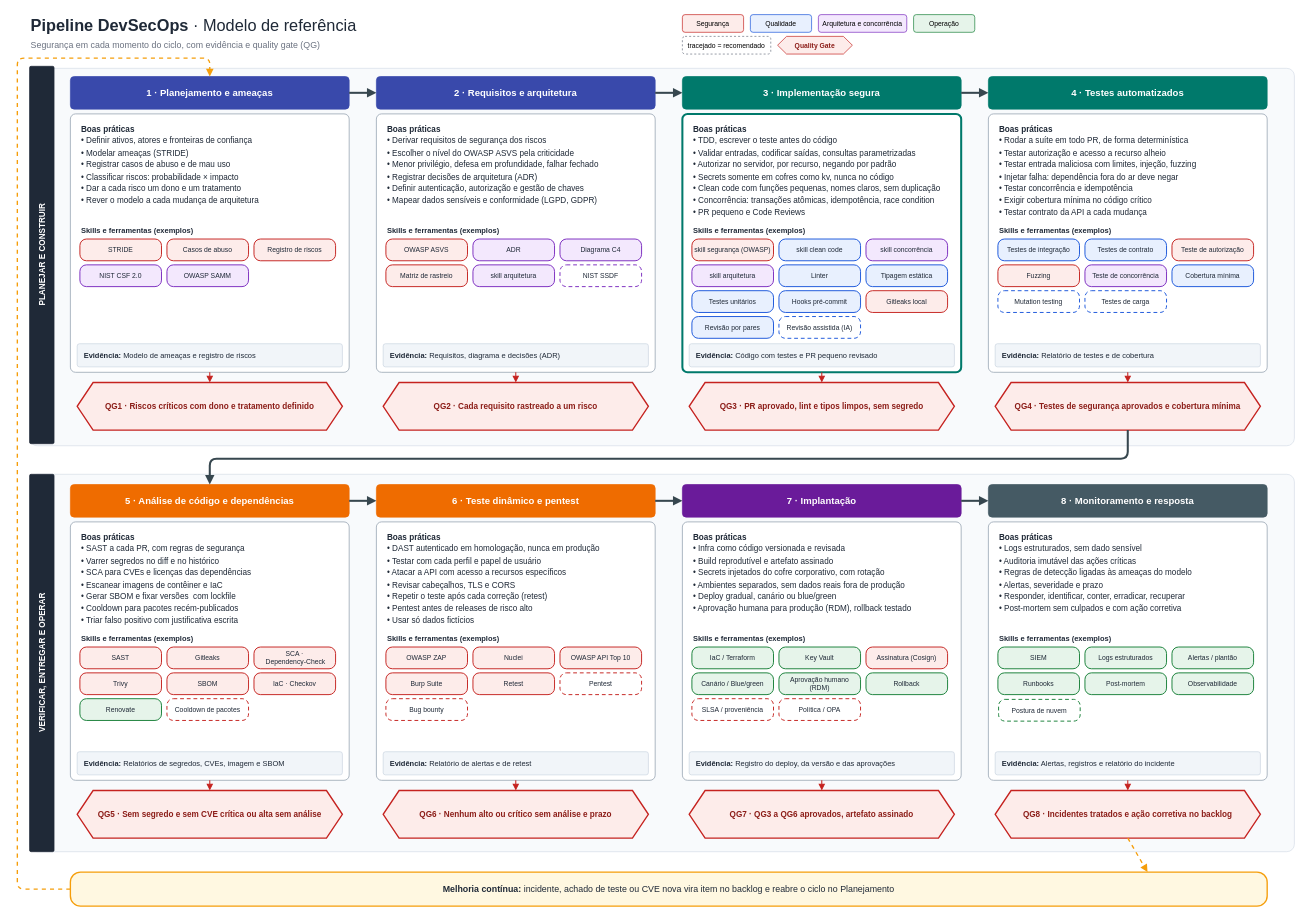
Before: diagramas/pipeline-devsecops-generico.drawio in MarlonBrendonx/secure-software-engineering-project, a draw.io diagram. Source tidied: cells renumbered, new cells numbered last; positions are measured from the earlier drawing's top-left corner, leaving out a move shared by most shapes. Both pictures are drawn from the tidied source at 68%, with x=0, y=0 at pixel (17, 12).
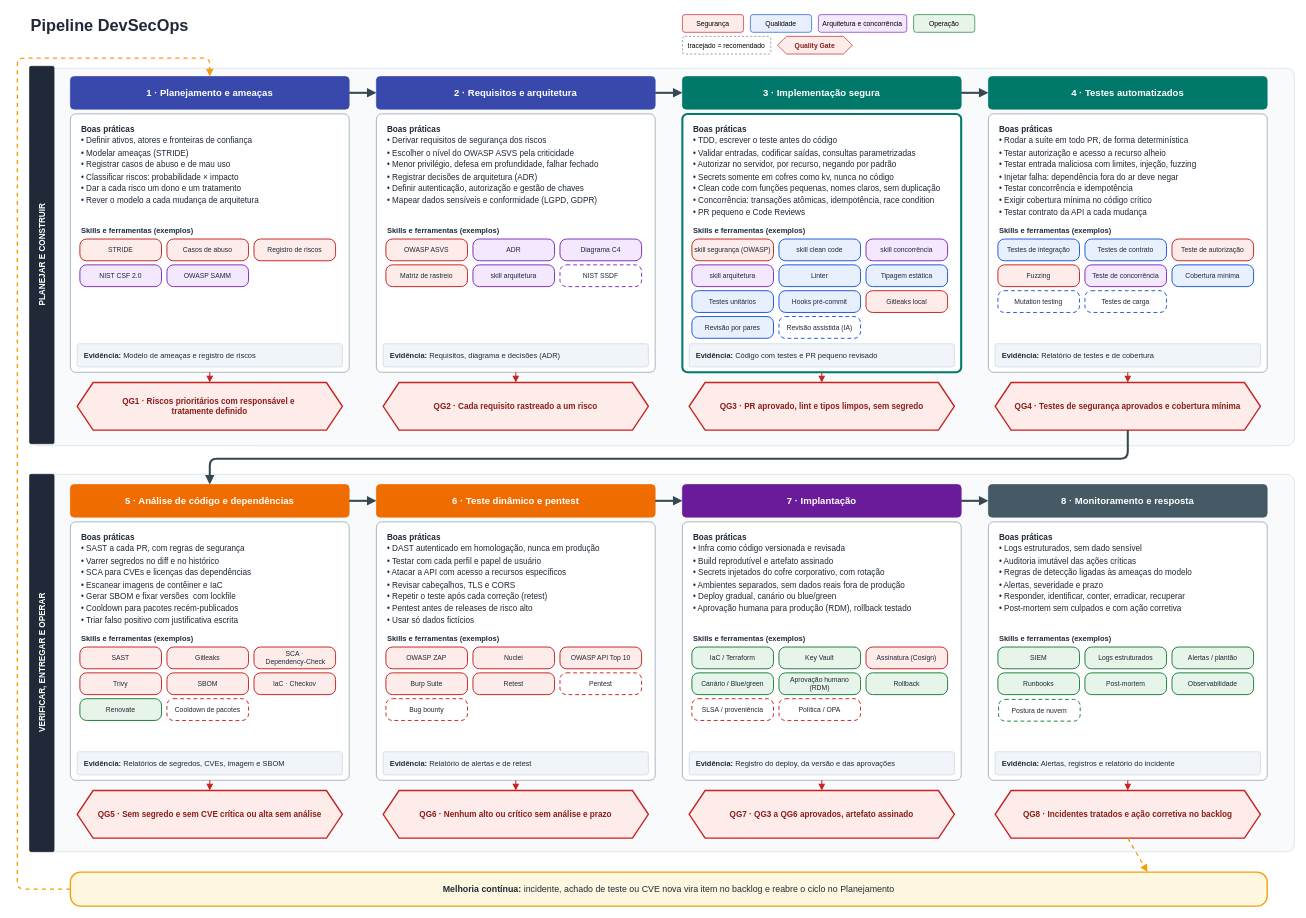
After the change.

Commit message (it also covers changes not shown here):
Ajustando titulo do diagrama devsecops e da etapa inicial

Diff of the diagram source:
```diff
@@
-    <mxCell id="2" value="&lt;b&gt;Pipeline DevSecOps&lt;/b&gt; · Modelo de referência" style="text;html=1;fontSize=24;align=left;verticalAlign=middle;fontColor=#1F2937;fontFamily=Helvetica;" parent="1" vertex="1">
+    <mxCell id="2" value="&lt;b&gt;Pipeline DevSecOps&lt;/b&gt;" style="text;html=1;fontSize=24;align=left;verticalAlign=middle;fontColor=#1F2937;fontFamily=Helvetica;" parent="1" vertex="1">
       <mxGeometry x="18" width="900" height="40" as="geometry" />
     </mxCell>
-    <mxCell id="3" value="Segurança em cada momento do ciclo, com evidência e quality gate (QG)&amp;nbsp;" style="text;html=1;fontSize=13;align=left;verticalAlign=middle;fontColor=#6B7280;fontFamily=Helvetica;" parent="1" vertex="1">
-      <mxGeometry x="18" y="36" width="900" height="24" as="geometry" />
-    </mxCell>
@@
-    <mxCell id="24" value="QG1 · Riscos críticos com dono e tratamento definido" style="shape=hexagon;size=0.06;perimeter=hexagonPerimeter2;whiteSpace=wrap;html=1;fontSize=12;fontStyle=1;fillColor=#FDECEA;strokeColor=#C5221F;strokeWidth=2;fontColor=#8C1D18;fontFamily=Helvetica;" parent="1" vertex="1">
+    <mxCell id="24" value="QG1 · Riscos prioritários com responsável e&amp;nbsp;&lt;div&gt;tratamente definido&lt;/div&gt;" style="shape=hexagon;size=0.06;perimeter=hexagonPerimeter2;whiteSpace=wrap;html=1;fontSize=12;fontStyle=1;fillColor=#FDECEA;strokeColor=#C5221F;strokeWidth=2;fontColor=#8C1D18;fontFamily=Helvetica;" parent="1" vertex="1">
       <mxGeometry x="88" y="545" width="390" height="70" as="geometry" />
     </mxCell>
```
